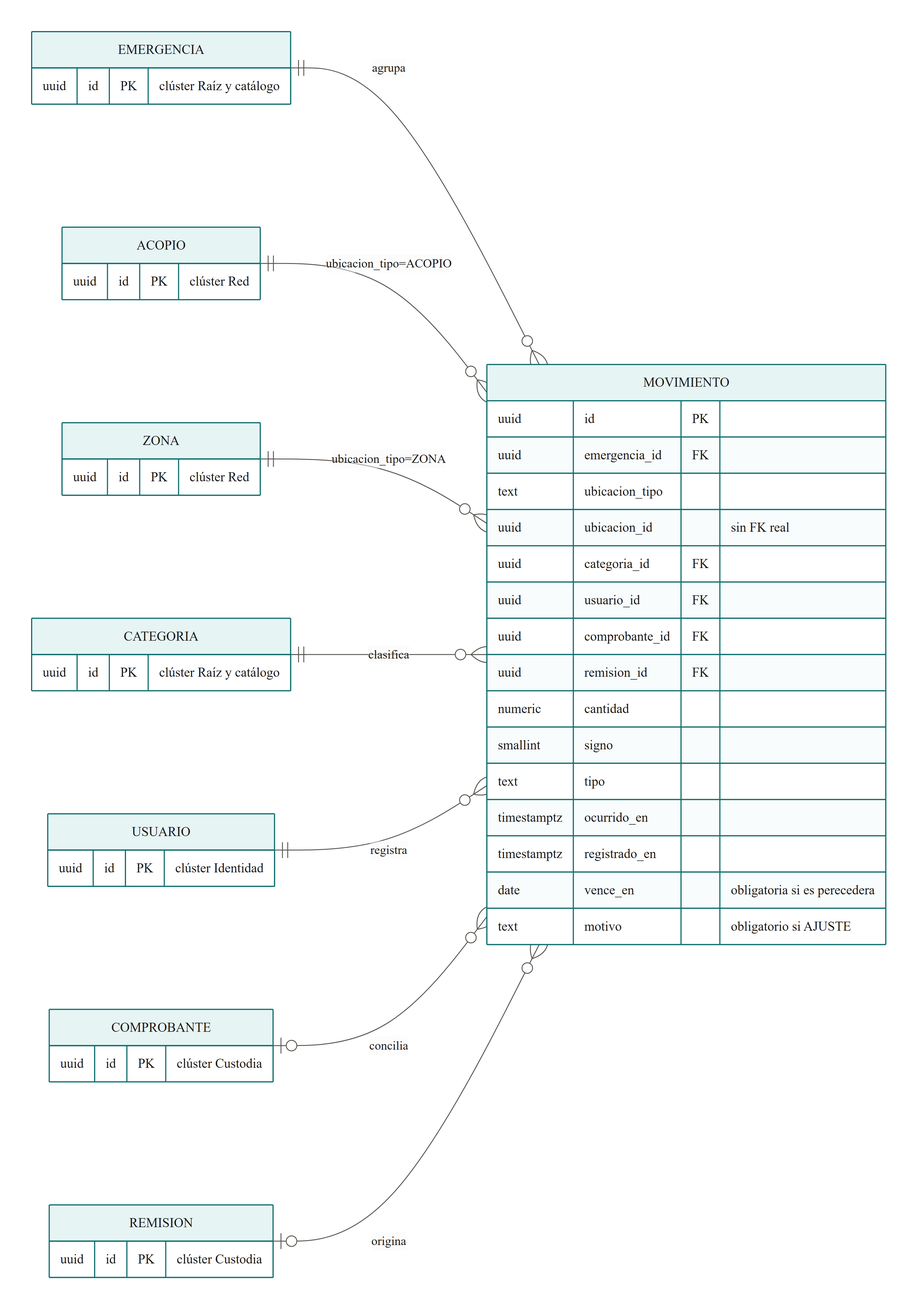
This is docs/assets/diagramas/er-03a-existencias-el-nucleo.png from Proyecto-IngSoftware/acopio, a Mermaid export, as it was before one commit. Its source is kept beside it as docs/02-arquitectura/diagramas/mmd/er-03a-existencias-el-nucleo.mmd. Its diagram source:
```mermaid
%%{init: {"theme":"base","themeVariables":{"fontFamily":"Inter, Segoe UI, Arial, sans-serif","fontSize":"15px","primaryColor":"#E6F4F4","primaryTextColor":"#1C1917","primaryBorderColor":"#0F6E6E","secondaryColor":"#C7E8E8","tertiaryColor":"#FAFAF9","lineColor":"#57534E","textColor":"#1C1917","mainBkg":"#E6F4F4","nodeBorder":"#0F6E6E","clusterBkg":"#F5F5F4","clusterBorder":"#A8A29E","edgeLabelBackground":"#FFFFFF","attributeBackgroundColorOdd":"#FFFFFF","attributeBackgroundColorEven":"#F5F5F4"},"er":{"useMaxWidth":false},"flowchart":{"useMaxWidth":false,"htmlLabels":true,"curve":"basis"}}}%%
erDiagram
    direction LR
    ACOPIO ||--o{ MOVIMIENTO : "ubicacion_tipo=ACOPIO"
    ZONA   ||--o{ MOVIMIENTO : "ubicacion_tipo=ZONA"
    CATEGORIA ||--o{ MOVIMIENTO : clasifica
    USUARIO ||--o{ MOVIMIENTO : registra
    COMPROBANTE |o--o{ MOVIMIENTO : concilia
    REMISION    |o--o{ MOVIMIENTO : origina

    ACOPIO {
        uuid id PK "clúster Red"
    }
    ZONA {
        uuid id PK "clúster Red"
    }
    CATEGORIA {
        uuid id PK "clúster Raíz y catálogo"
    }
    USUARIO {
        uuid id PK "clúster Identidad"
    }
    COMPROBANTE {
        uuid id PK "clúster Custodia"
    }
    REMISION {
        uuid id PK "clúster Custodia"
    }
    MOVIMIENTO {
        uuid id PK
        text ubicacion_tipo
        uuid ubicacion_id "sin FK real"
        uuid categoria_id FK
        uuid usuario_id FK
        uuid comprobante_id FK
        uuid remision_id FK
        numeric cantidad
        smallint signo
        text tipo
        timestamptz ocurrido_en
        timestamptz registrado_en
        date vence_en "obligatoria si es perecedera"
        text motivo "obligatorio si AJUSTE"
    }
```
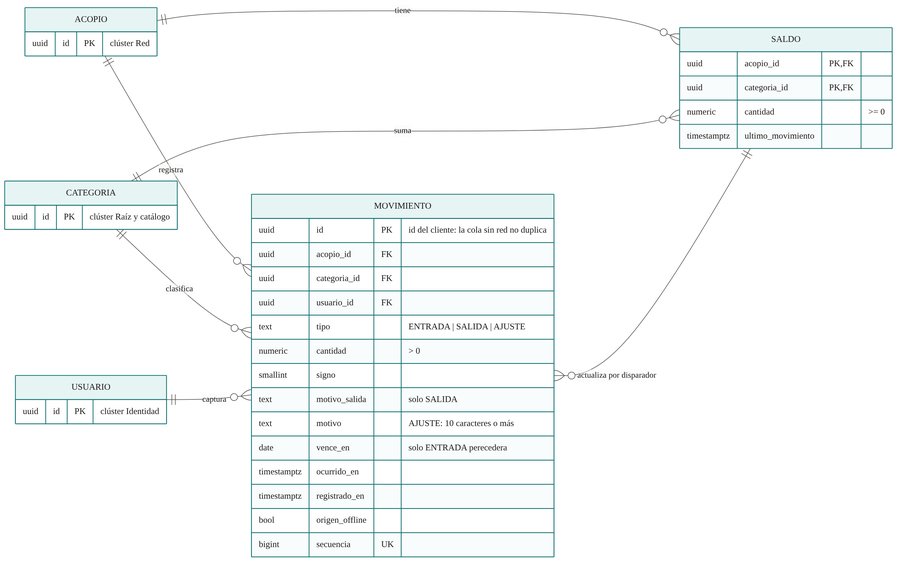
After the commit.

The edit, as a diff of the source:
```diff
@@ -1,17 +1,14 @@
 %%{init: {"theme":"base","themeVariables":{"fontFamily":"Inter, Segoe UI, Arial, sans-serif","fontSize":"15px","primaryColor":"#E6F4F4","primaryTextColor":"#1C1917","primaryBorderColor":"#0F6E6E","secondaryColor":"#C7E8E8","tertiaryColor":"#FAFAF9","lineColor":"#57534E","textColor":"#1C1917","mainBkg":"#E6F4F4","nodeBorder":"#0F6E6E","clusterBkg":"#F5F5F4","clusterBorder":"#A8A29E","edgeLabelBackground":"#FFFFFF","attributeBackgroundColorOdd":"#FFFFFF","attributeBackgroundColorEven":"#F5F5F4"},"er":{"useMaxWidth":false},"flowchart":{"useMaxWidth":false,"htmlLabels":true,"curve":"basis"}}}%%
 erDiagram
     direction LR
-    ACOPIO ||--o{ MOVIMIENTO : "ubicacion_tipo=ACOPIO"
-    ZONA   ||--o{ MOVIMIENTO : "ubicacion_tipo=ZONA"
+    ACOPIO ||--o{ MOVIMIENTO : registra
     CATEGORIA ||--o{ MOVIMIENTO : clasifica
-    USUARIO ||--o{ MOVIMIENTO : registra
-    COMPROBANTE |o--o{ MOVIMIENTO : concilia
-    REMISION    |o--o{ MOVIMIENTO : origina
+    USUARIO ||--o{ MOVIMIENTO : captura
+    ACOPIO ||--o{ SALDO : tiene
+    CATEGORIA ||--o{ SALDO : suma
+    MOVIMIENTO }o--|| SALDO : "actualiza por disparador"
 
     ACOPIO {
-        uuid id PK "clúster Red"
-    }
-    ZONA {
         uuid id PK "clúster Red"
     }
     CATEGORIA {
@@ -20,25 +17,25 @@
     USUARIO {
         uuid id PK "clúster Identidad"
     }
-    COMPROBANTE {
-        uuid id PK "clúster Custodia"
-    }
-    REMISION {
-        uuid id PK "clúster Custodia"
-    }
     MOVIMIENTO {
-        uuid id PK
-        text ubicacion_tipo
-        uuid ubicacion_id "sin FK real"
+        uuid id PK "id del cliente: la cola sin red no duplica"
+        uuid acopio_id FK
         uuid categoria_id FK
         uuid usuario_id FK
-        uuid comprobante_id FK
-        uuid remision_id FK
-        numeric cantidad
+        text tipo "ENTRADA | SALIDA | AJUSTE"
+        numeric cantidad "> 0"
         smallint signo
-        text tipo
+        text motivo_salida "solo SALIDA"
+        text motivo "AJUSTE: 10 caracteres o más"
+        date vence_en "solo ENTRADA perecedera"
         timestamptz ocurrido_en
         timestamptz registrado_en
-        date vence_en "obligatoria si es perecedera"
-        text motivo "obligatorio si AJUSTE"
+        bool origen_offline
+        bigint secuencia UK
     }
+    SALDO {
+        uuid acopio_id PK,FK
+        uuid categoria_id PK,FK
+        numeric cantidad ">= 0"
+        timestamptz ultimo_movimiento
+    }
```
